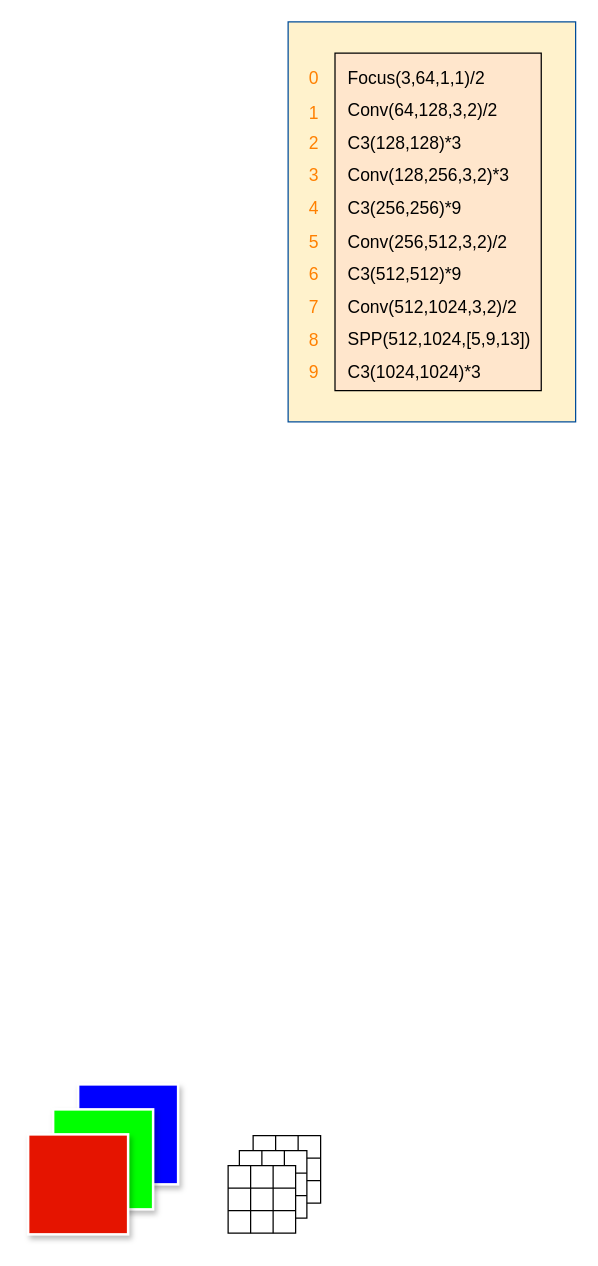
Earlier version of the draw.io diagram 未命名绘图.drawio (duoduodanmohen/deep-learning-for-image-processing). Source tidied: cells renumbered, new cells numbered last; positions are measured from the earlier drawing's top-left corner, leaving out a move shared by most shapes. Both pictures are drawn from the tidied source at 125%, with x=0, y=0 at pixel (28, 21).
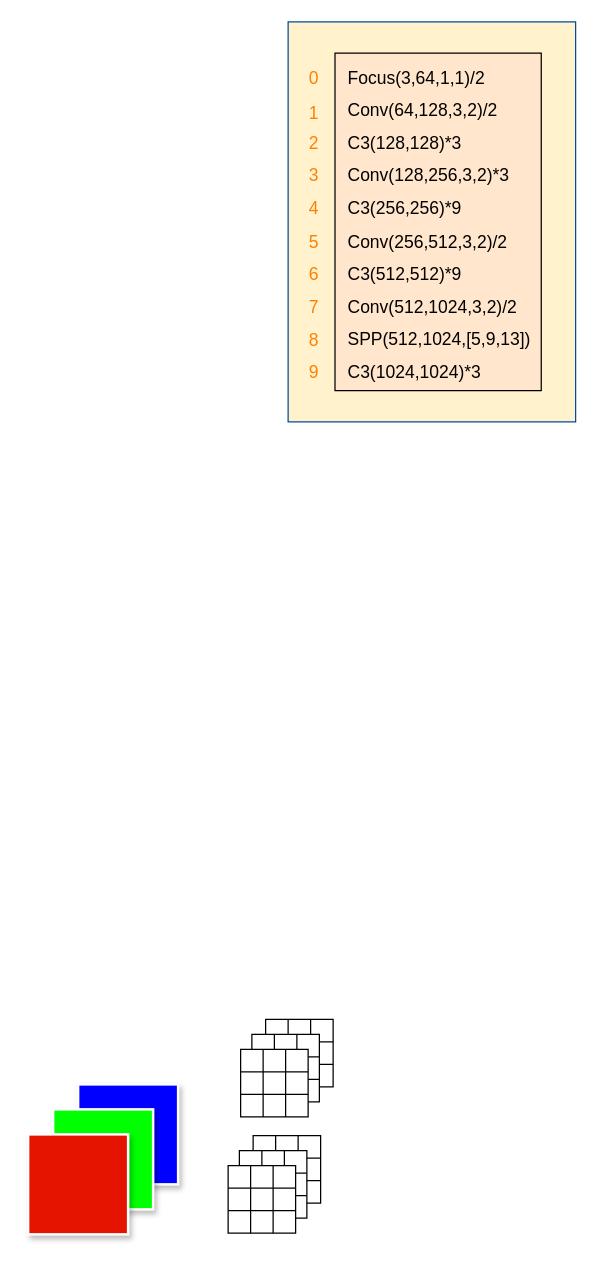
The same diagram, later.

Diff of the diagram source:
```diff
@@
+    <mxCell id="66" style="shape=table;startSize=0;childLayout=tableLayout;rounded=0;shadow=0;glass=0;sketch=0;strokeColor=#000000;strokeWidth=1;fillColor=#FFFFFF;" parent="1" vertex="1">
+      <mxGeometry x="190" y="798" width="54" height="54" as="geometry" />
+    </mxCell>
+    <mxCell id="67" style="shape=partialRectangle;fillColor=none;top=0;left=0;bottom=0;right=0;rounded=0;shadow=0;glass=0;sketch=0;strokeColor=#000000;strokeWidth=1;" parent="66" vertex="1">
+      <mxGeometry width="54" height="18" as="geometry" />
+    </mxCell>
+    <mxCell id="68" style="shape=partialRectangle;html=1;whiteSpace=wrap;overflow=hidden;fillColor=none;top=0;left=0;bottom=0;right=0;rounded=0;shadow=0;glass=0;sketch=0;strokeColor=#000000;strokeWidth=1;" parent="67" vertex="1">
+      <mxGeometry width="18" height="18" as="geometry" />
+    </mxCell>
+    <mxCell id="69" style="shape=partialRectangle;html=1;whiteSpace=wrap;overflow=hidden;fillColor=none;top=0;left=0;bottom=0;right=0;rounded=0;shadow=0;glass=0;sketch=0;strokeColor=#000000;strokeWidth=1;" parent="67" vertex="1">
+      <mxGeometry x="18" width="18" height="18" as="geometry" />
+    </mxCell>
+    <mxCell id="70" style="shape=partialRectangle;html=1;whiteSpace=wrap;overflow=hidden;fillColor=none;top=0;left=0;bottom=0;right=0;rounded=0;shadow=0;glass=0;sketch=0;strokeColor=#000000;strokeWidth=1;" parent="67" vertex="1">
+      <mxGeometry x="36" width="18" height="18" as="geometry" />
+    </mxCell>
+    <mxCell id="71" style="shape=partialRectangle;fillColor=none;top=0;left=0;bottom=0;right=0;rounded=0;shadow=0;glass=0;sketch=0;strokeColor=#000000;strokeWidth=1;" parent="66" vertex="1">
+      <mxGeometry y="18" width="54" height="18" as="geometry" />
+    </mxCell>
+    <mxCell id="72" style="shape=partialRectangle;html=1;whiteSpace=wrap;overflow=hidden;fillColor=none;top=0;left=0;bottom=0;right=0;rounded=0;shadow=0;glass=0;sketch=0;strokeColor=#000000;strokeWidth=1;" parent="71" vertex="1">
+      <mxGeometry width="18" height="18" as="geometry" />
+    </mxCell>
+    <mxCell id="73" style="shape=partialRectangle;html=1;whiteSpace=wrap;overflow=hidden;fillColor=none;top=0;left=0;bottom=0;right=0;rounded=0;shadow=0;glass=0;sketch=0;strokeColor=#000000;strokeWidth=1;" parent="71" vertex="1">
+      <mxGeometry x="18" width="18" height="18" as="geometry" />
+    </mxCell>
+    <mxCell id="74" style="shape=partialRectangle;html=1;whiteSpace=wrap;overflow=hidden;fillColor=none;top=0;left=0;bottom=0;right=0;rounded=0;shadow=0;glass=0;sketch=0;strokeColor=#000000;strokeWidth=1;" parent="71" vertex="1">
+      <mxGeometry x="36" width="18" height="18" as="geometry" />
+    </mxCell>
+    <mxCell id="75" style="shape=partialRectangle;fillColor=none;top=0;left=0;bottom=0;right=0;rounded=0;shadow=0;glass=0;sketch=0;strokeColor=#000000;strokeWidth=1;" parent="66" vertex="1">
+      <mxGeometry y="36" width="54" height="18" as="geometry" />
+    </mxCell>
+    <mxCell id="76" style="shape=partialRectangle;html=1;whiteSpace=wrap;overflow=hidden;fillColor=none;top=0;left=0;bottom=0;right=0;rounded=0;shadow=0;glass=0;sketch=0;strokeColor=#000000;strokeWidth=1;" parent="75" vertex="1">
+      <mxGeometry width="18" height="18" as="geometry" />
+    </mxCell>
+    <mxCell id="77" style="shape=partialRectangle;html=1;whiteSpace=wrap;overflow=hidden;fillColor=none;top=0;left=0;bottom=0;right=0;rounded=0;shadow=0;glass=0;sketch=0;strokeColor=#000000;strokeWidth=1;" parent="75" vertex="1">
+      <mxGeometry x="18" width="18" height="18" as="geometry" />
+    </mxCell>
+    <mxCell id="78" style="shape=partialRectangle;html=1;whiteSpace=wrap;overflow=hidden;fillColor=none;top=0;left=0;bottom=0;right=0;rounded=0;shadow=0;glass=0;sketch=0;strokeColor=#000000;strokeWidth=1;" parent="75" vertex="1">
+      <mxGeometry x="36" width="18" height="18" as="geometry" />
+    </mxCell>
+    <mxCell id="79" style="shape=table;startSize=0;childLayout=tableLayout;rounded=0;shadow=0;glass=0;sketch=0;strokeColor=#000000;strokeWidth=1;fillColor=#FFFFFF;" parent="1" vertex="1">
+      <mxGeometry x="179" y="810" width="54" height="54" as="geometry" />
+    </mxCell>
+    <mxCell id="80" style="shape=partialRectangle;fillColor=none;top=0;left=0;bottom=0;right=0;rounded=0;shadow=0;glass=0;sketch=0;strokeColor=#000000;strokeWidth=1;" parent="79" vertex="1">
+      <mxGeometry width="54" height="18" as="geometry" />
+    </mxCell>
+    <mxCell id="81" style="shape=partialRectangle;html=1;whiteSpace=wrap;overflow=hidden;fillColor=none;top=0;left=0;bottom=0;right=0;rounded=0;shadow=0;glass=0;sketch=0;strokeColor=#000000;strokeWidth=1;" parent="80" vertex="1">
+      <mxGeometry width="18" height="18" as="geometry" />
+    </mxCell>
+    <mxCell id="82" style="shape=partialRectangle;html=1;whiteSpace=wrap;overflow=hidden;fillColor=none;top=0;left=0;bottom=0;right=0;rounded=0;shadow=0;glass=0;sketch=0;strokeColor=#000000;strokeWidth=1;" parent="80" vertex="1">
+      <mxGeometry x="18" width="18" height="18" as="geometry" />
+    </mxCell>
+    <mxCell id="83" style="shape=partialRectangle;html=1;whiteSpace=wrap;overflow=hidden;fillColor=none;top=0;left=0;bottom=0;right=0;rounded=0;shadow=0;glass=0;sketch=0;strokeColor=#000000;strokeWidth=1;" parent="80" vertex="1">
+      <mxGeometry x="36" width="18" height="18" as="geometry" />
+    </mxCell>
+    <mxCell id="84" style="shape=partialRectangle;fillColor=none;top=0;left=0;bottom=0;right=0;rounded=0;shadow=0;glass=0;sketch=0;strokeColor=#000000;strokeWidth=1;" parent="79" vertex="1">
+      <mxGeometry y="18" width="54" height="18" as="geometry" />
+    </mxCell>
+    <mxCell id="85" style="shape=partialRectangle;html=1;whiteSpace=wrap;overflow=hidden;fillColor=none;top=0;left=0;bottom=0;right=0;rounded=0;shadow=0;glass=0;sketch=0;strokeColor=#000000;strokeWidth=1;" parent="84" vertex="1">
+      <mxGeometry width="18" height="18" as="geometry" />
+    </mxCell>
+    <mxCell id="86" style="shape=partialRectangle;html=1;whiteSpace=wrap;overflow=hidden;fillColor=none;top=0;left=0;bottom=0;right=0;rounded=0;shadow=0;glass=0;sketch=0;strokeColor=#000000;strokeWidth=1;" parent="84" vertex="1">
+      <mxGeometry x="18" width="18" height="18" as="geometry" />
+    </mxCell>
+    <mxCell id="87" style="shape=partialRectangle;html=1;whiteSpace=wrap;overflow=hidden;fillColor=none;top=0;left=0;bottom=0;right=0;rounded=0;shadow=0;glass=0;sketch=0;strokeColor=#000000;strokeWidth=1;" parent="84" vertex="1">
+      <mxGeometry x="36" width="18" height="18" as="geometry" />
+    </mxCell>
+    <mxCell id="88" style="shape=partialRectangle;fillColor=none;top=0;left=0;bottom=0;right=0;rounded=0;shadow=0;glass=0;sketch=0;strokeColor=#000000;strokeWidth=1;" parent="79" vertex="1">
+      <mxGeometry y="36" width="54" height="18" as="geometry" />
+    </mxCell>
+    <mxCell id="89" style="shape=partialRectangle;html=1;whiteSpace=wrap;overflow=hidden;fillColor=none;top=0;left=0;bottom=0;right=0;rounded=0;shadow=0;glass=0;sketch=0;strokeColor=#000000;strokeWidth=1;" parent="88" vertex="1">
+      <mxGeometry width="18" height="18" as="geometry" />
+    </mxCell>
+    <mxCell id="90" style="shape=partialRectangle;html=1;whiteSpace=wrap;overflow=hidden;fillColor=none;top=0;left=0;bottom=0;right=0;rounded=0;shadow=0;glass=0;sketch=0;strokeColor=#000000;strokeWidth=1;" parent="88" vertex="1">
+      <mxGeometry x="18" width="18" height="18" as="geometry" />
+    </mxCell>
+    <mxCell id="91" style="shape=partialRectangle;html=1;whiteSpace=wrap;overflow=hidden;fillColor=none;top=0;left=0;bottom=0;right=0;rounded=0;shadow=0;glass=0;sketch=0;strokeColor=#000000;strokeWidth=1;" parent="88" vertex="1">
+      <mxGeometry x="36" width="18" height="18" as="geometry" />
+    </mxCell>
+    <mxCell id="92" style="shape=table;startSize=0;childLayout=tableLayout;rounded=0;shadow=0;glass=0;sketch=0;strokeColor=#000000;strokeWidth=1;fillColor=#FFFFFF;" parent="1" vertex="1">
+      <mxGeometry x="170" y="822" width="54" height="54" as="geometry" />
+    </mxCell>
+    <mxCell id="93" style="shape=partialRectangle;fillColor=none;top=0;left=0;bottom=0;right=0;rounded=0;shadow=0;glass=0;sketch=0;strokeColor=#000000;strokeWidth=1;" parent="92" vertex="1">
+      <mxGeometry width="54" height="18" as="geometry" />
+    </mxCell>
+    <mxCell id="94" style="shape=partialRectangle;html=1;whiteSpace=wrap;overflow=hidden;fillColor=none;top=0;left=0;bottom=0;right=0;rounded=0;shadow=0;glass=0;sketch=0;strokeColor=#000000;strokeWidth=1;" parent="93" vertex="1">
+      <mxGeometry width="18" height="18" as="geometry" />
+    </mxCell>
+    <mxCell id="95" style="shape=partialRectangle;html=1;whiteSpace=wrap;overflow=hidden;fillColor=none;top=0;left=0;bottom=0;right=0;rounded=0;shadow=0;glass=0;sketch=0;strokeColor=#000000;strokeWidth=1;" parent="93" vertex="1">
+      <mxGeometry x="18" width="18" height="18" as="geometry" />
+    </mxCell>
+    <mxCell id="96" style="shape=partialRectangle;html=1;whiteSpace=wrap;overflow=hidden;fillColor=none;top=0;left=0;bottom=0;right=0;rounded=0;shadow=0;glass=0;sketch=0;strokeColor=#000000;strokeWidth=1;" parent="93" vertex="1">
+      <mxGeometry x="36" width="18" height="18" as="geometry" />
+    </mxCell>
+    <mxCell id="97" style="shape=partialRectangle;fillColor=none;top=0;left=0;bottom=0;right=0;rounded=0;shadow=0;glass=0;sketch=0;strokeColor=#000000;strokeWidth=1;" parent="92" vertex="1">
+      <mxGeometry y="18" width="54" height="18" as="geometry" />
+    </mxCell>
+    <mxCell id="98" style="shape=partialRectangle;html=1;whiteSpace=wrap;overflow=hidden;fillColor=none;top=0;left=0;bottom=0;right=0;rounded=0;shadow=0;glass=0;sketch=0;strokeColor=#000000;strokeWidth=1;" parent="97" vertex="1">
+      <mxGeometry width="18" height="18" as="geometry" />
+    </mxCell>
+    <mxCell id="99" style="shape=partialRectangle;html=1;whiteSpace=wrap;overflow=hidden;fillColor=none;top=0;left=0;bottom=0;right=0;rounded=0;shadow=0;glass=0;sketch=0;strokeColor=#000000;strokeWidth=1;" parent="97" vertex="1">
+      <mxGeometry x="18" width="18" height="18" as="geometry" />
+    </mxCell>
+    <mxCell id="100" style="shape=partialRectangle;html=1;whiteSpace=wrap;overflow=hidden;fillColor=none;top=0;left=0;bottom=0;right=0;rounded=0;shadow=0;glass=0;sketch=0;strokeColor=#000000;strokeWidth=1;" parent="97" vertex="1">
+      <mxGeometry x="36" width="18" height="18" as="geometry" />
+    </mxCell>
+    <mxCell id="101" style="shape=partialRectangle;fillColor=none;top=0;left=0;bottom=0;right=0;rounded=0;shadow=0;glass=0;sketch=0;strokeColor=#000000;strokeWidth=1;" parent="92" vertex="1">
+      <mxGeometry y="36" width="54" height="18" as="geometry" />
+    </mxCell>
+    <mxCell id="102" style="shape=partialRectangle;html=1;whiteSpace=wrap;overflow=hidden;fillColor=none;top=0;left=0;bottom=0;right=0;rounded=0;shadow=0;glass=0;sketch=0;strokeColor=#000000;strokeWidth=1;" parent="101" vertex="1">
+      <mxGeometry width="18" height="18" as="geometry" />
+    </mxCell>
+    <mxCell id="103" style="shape=partialRectangle;html=1;whiteSpace=wrap;overflow=hidden;fillColor=none;top=0;left=0;bottom=0;right=0;rounded=0;shadow=0;glass=0;sketch=0;strokeColor=#000000;strokeWidth=1;" parent="101" vertex="1">
+      <mxGeometry x="18" width="18" height="18" as="geometry" />
+    </mxCell>
+    <mxCell id="104" style="shape=partialRectangle;html=1;whiteSpace=wrap;overflow=hidden;fillColor=none;top=0;left=0;bottom=0;right=0;rounded=0;shadow=0;glass=0;sketch=0;strokeColor=#000000;strokeWidth=1;" parent="101" vertex="1">
+      <mxGeometry x="36" width="18" height="18" as="geometry" />
+    </mxCell>
```
